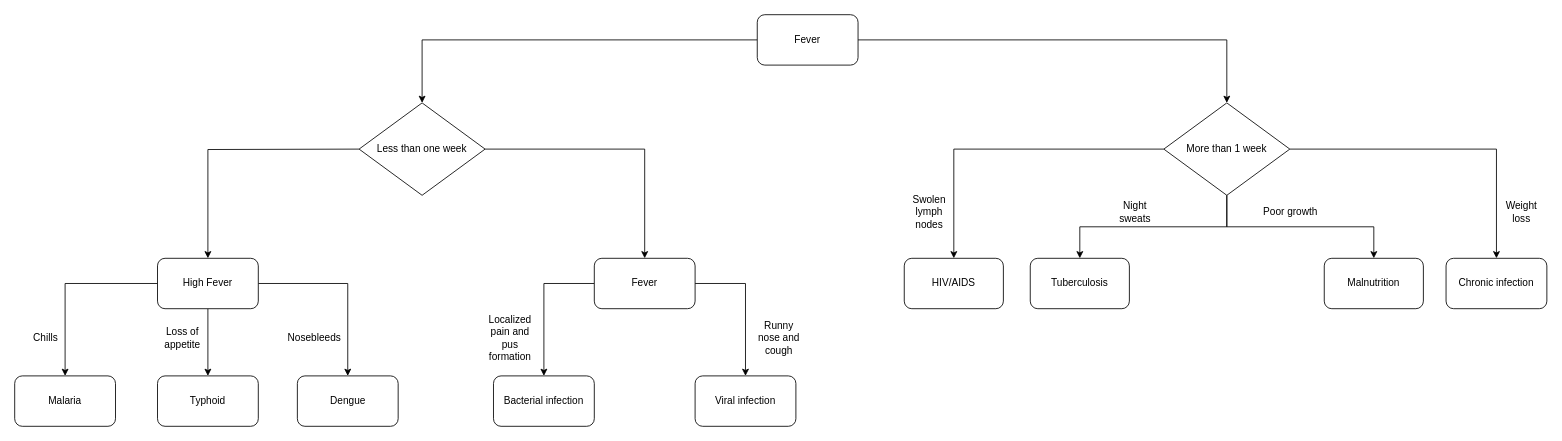
The draw.io diagram page "Fever" (1 of 2) of Flowcharts/Microbiology/Disease flowchart - Microbiology.drawio in AtishayCoder/Makeathon-2024-Server, before the edit. Source tidied: cells renumbered, new cells numbered last; positions are measured from the earlier drawing's top-left corner, leaving out a move shared by most shapes. Both pictures are drawn from the tidied source at 84%, with x=0, y=0 at pixel (14, 14).
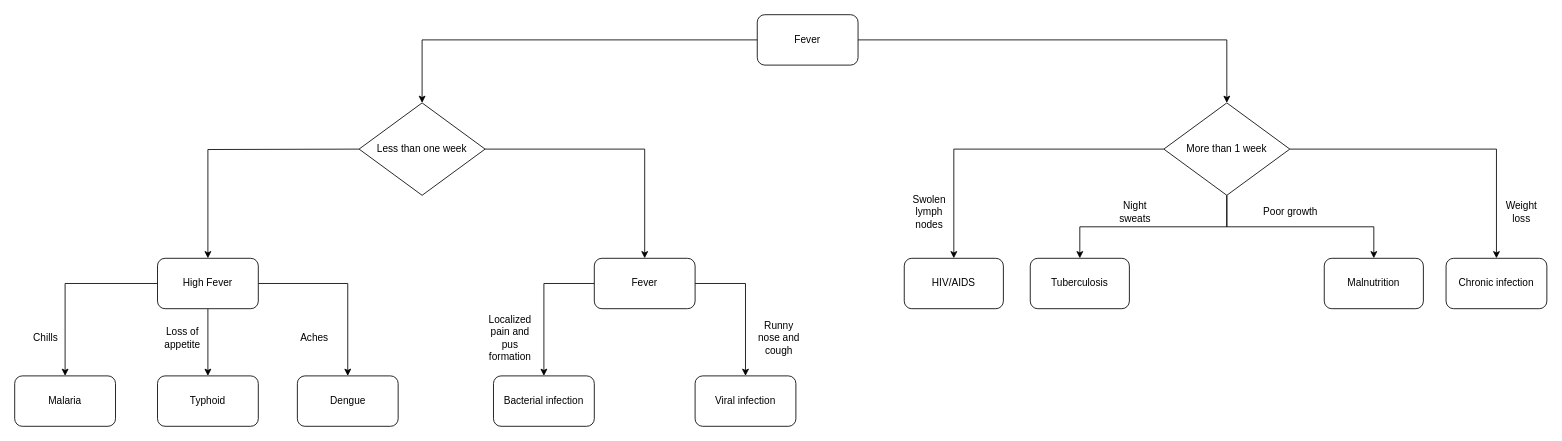
Above is the later version.

The edit, as a diff of the source:
```diff
@@
-    <mxCell id="25" value="Nosebleeds" style="text;html=1;align=center;verticalAlign=middle;whiteSpace=wrap;rounded=0;" parent="1" vertex="1">
+    <mxCell id="25" value="Aches" style="text;html=1;align=center;verticalAlign=middle;whiteSpace=wrap;rounded=0;" parent="1" vertex="1">
       <mxGeometry x="327" y="370" width="60" height="30" as="geometry" />
     </mxCell>
```
